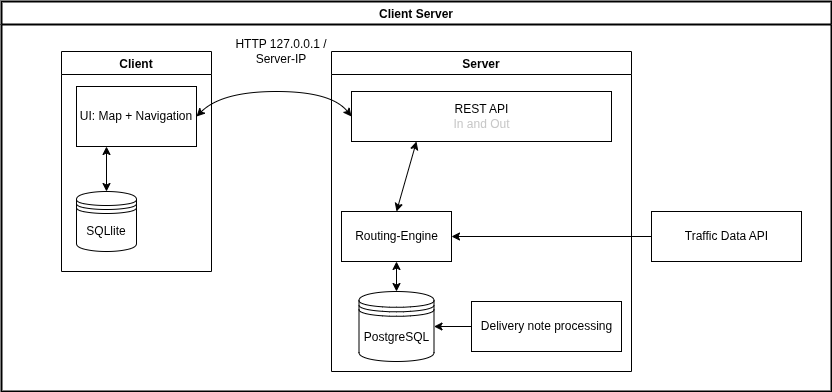
Earlier version of the draw.io export docs/architecture/data-architecture.drawio.png (gabrielbindi/VoBi-Tour). Source tidied: cells renumbered, new cells last; positions are measured from the earlier drawing's top-left corner, leaving out a move shared by most shapes.
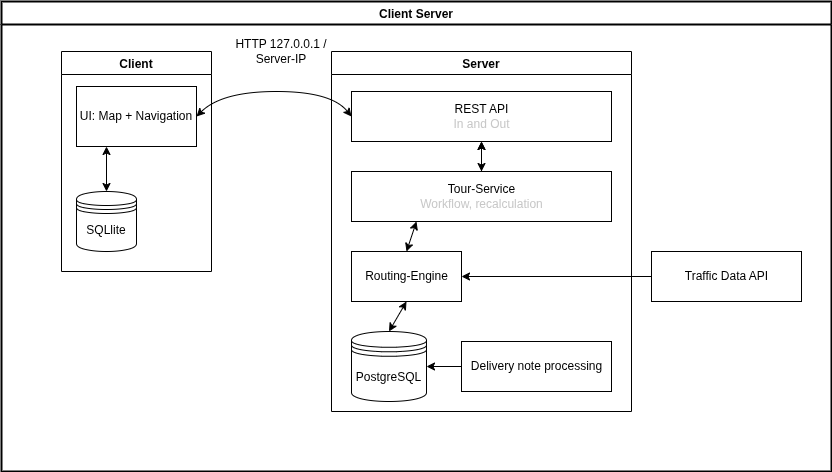
After the commit.

Commit message:
#18 Tour-Service added he manage all on the server

Change to the diagram source:
```diff
@@ -3,32 +3,41 @@
     <mxCell id="0" />
     <mxCell id="1" parent="0" />
     <mxCell id="2" value="Client Server" style="swimlane;rounded=0;strokeWidth=2;swimlaneLine=1;strokeColor=#000000;" parent="1" vertex="1">
-      <mxGeometry width="830" height="390" as="geometry" />
+      <mxGeometry width="830" height="470" as="geometry" />
     </mxCell>
     <mxCell id="3" value="Server" style="swimlane;strokeColor=#000000;" parent="2" vertex="1">
-      <mxGeometry x="330" y="50" width="300" height="320" as="geometry" />
+      <mxGeometry x="330" y="50" width="300" height="360" as="geometry" />
     </mxCell>
     <mxCell id="4" value="REST API&lt;br&gt;&lt;font color=&quot;#c7c7c7&quot;&gt;In and Out&lt;/font&gt;" style="html=1;" parent="3" vertex="1">
       <mxGeometry x="20" y="40" width="260" height="50" as="geometry" />
     </mxCell>
     <mxCell id="5" value="Routing-Engine" style="html=1;" parent="3" vertex="1">
-      <mxGeometry x="10" y="160" width="110" height="50" as="geometry" />
+      <mxGeometry x="20" y="200" width="110" height="50" as="geometry" />
     </mxCell>
     <mxCell id="6" value="Delivery note processing" style="html=1;" parent="3" vertex="1">
-      <mxGeometry x="140" y="250" width="150" height="50" as="geometry" />
+      <mxGeometry x="130" y="290" width="150" height="50" as="geometry" />
     </mxCell>
     <mxCell id="7" style="endArrow=classic;html=1;entryX=1;entryY=0.5;entryDx=0;entryDy=0;strokeColor=#000000;exitX=0;exitY=0.5;exitDx=0;exitDy=0;" parent="3" edge="1" source="6" target="8">
       <mxGeometry relative="1" as="geometry" />
     </mxCell>
     <mxCell id="8" value="PostgreSQL" style="shape=datastore;whiteSpace=wrap;html=1;" parent="3" vertex="1">
-      <mxGeometry x="27.5" y="240" width="75" height="70" as="geometry" />
+      <mxGeometry x="20" y="280" width="75" height="70" as="geometry" />
     </mxCell>
     <mxCell id="9" style="endArrow=classic;startArrow=classic;html=1;entryX=0.5;entryY=1;entryDx=0;entryDy=0;exitX=0.5;exitY=0;exitDx=0;exitDy=0;strokeColor=#000000;" parent="3" edge="1" source="8" target="5">
       <mxGeometry relative="1" as="geometry" />
     </mxCell>
-    <mxCell id="10" style="endArrow=classic;startArrow=classic;html=1;entryX=0.25;entryY=1;entryDx=0;entryDy=0;strokeColor=#000000;exitX=0.5;exitY=0;exitDx=0;exitDy=0;" parent="3" edge="1" source="5" target="4">
-      <mxGeometry relative="1" as="geometry" />
-    </mxCell>
+    <mxCell id="19" style="edgeStyle=none;html=1;fontColor=#C7C7C7;" parent="3" edge="1" source="20" target="4">
+      <mxGeometry relative="1" as="geometry" />
+    </mxCell>
+    <mxCell id="20" value="Tour-Service&lt;br&gt;&lt;font color=&quot;#c7c7c7&quot;&gt;Workflow, recalculation&lt;/font&gt;" style="html=1;" parent="3" vertex="1">
+      <mxGeometry x="20" y="120" width="260" height="50" as="geometry" />
+    </mxCell>
+    <mxCell id="21" style="endArrow=classic;startArrow=classic;html=1;strokeColor=#000000;fontColor=#C7C7C7;entryX=0.25;entryY=1;entryDx=0;entryDy=0;exitX=0.5;exitY=0;exitDx=0;exitDy=0;" parent="3" edge="1" source="5" target="20">
+      <mxGeometry relative="1" as="geometry" />
+    </mxCell>
+    <mxCell id="22" style="endArrow=classic;startArrow=classic;html=1;strokeColor=#000000;fontColor=#C7C7C7;entryX=0.5;entryY=1;entryDx=0;entryDy=0;exitX=0.5;exitY=0;exitDx=0;exitDy=0;" parent="3" edge="1" source="20" target="4">
+      <mxGeometry relative="1" as="geometry" />
+    </mxCell>
     <mxCell id="11" value="Client" style="swimlane;strokeColor=#000000;" parent="2" vertex="1">
       <mxGeometry x="60" y="50" width="150" height="220" as="geometry" />
     </mxCell>
@@ -53,7 +62,7 @@
       <mxGeometry x="220" y="20" width="120" height="60" as="geometry" />
     </mxCell>
     <mxCell id="17" value="Traffic Data API" style="html=1;" parent="2" vertex="1">
-      <mxGeometry x="650" y="210" width="150" height="50" as="geometry" />
+      <mxGeometry x="650" y="250" width="150" height="50" as="geometry" />
     </mxCell>
     <mxCell id="18" style="endArrow=classic;html=1;entryX=1;entryY=0.5;entryDx=0;entryDy=0;strokeColor=#000000;exitX=0;exitY=0.5;exitDx=0;exitDy=0;" parent="2" edge="1" source="17" target="5">
       <mxGeometry relative="1" as="geometry" />
```
